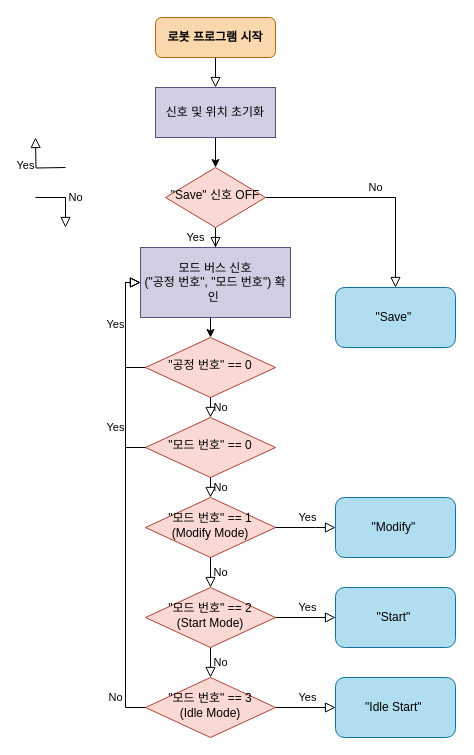
The draw.io diagram page "Page-1" (1 of 2) of 제목 없는 다이어그램.drawio in LeeJuMyeong/Documents, before the edit. Source tidied: cells renumbered, new cells numbered last; positions are measured from the earlier drawing's top-left corner, leaving out a move shared by most shapes. Both pictures are drawn from the tidied source at 100%, with x=0, y=0 at pixel (35, 17).
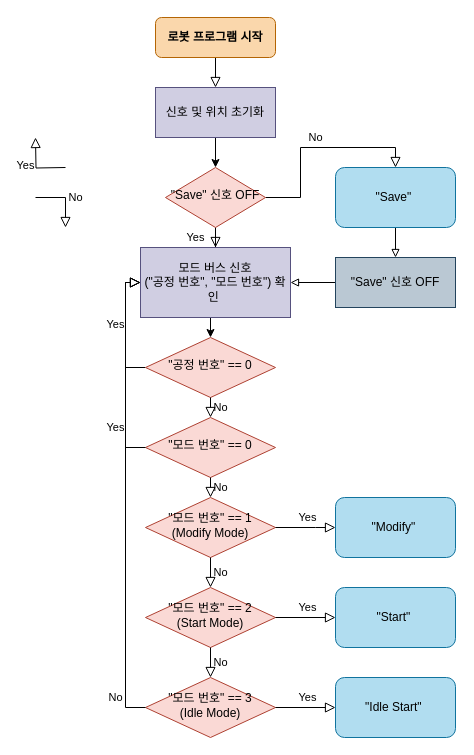
The same page after the edit.

Commit message:
제목 없는 다이어그램.drawio 업데이트 2

Unchanged cells that the change refers to:
```xml
<mxCell id="13" value="모드 버스 신호 &lt;br&gt;(&quot;공정 번호&quot;, &quot;모드 번호&quot;) 확인&amp;nbsp;" style="rounded=0;whiteSpace=wrap;html=1;fillColor=#d0cee2;strokeColor=#56517e;" parent="1" vertex="1">
  <mxGeometry x="105" y="230" width="150" height="70" as="geometry" />
</mxCell>
```

Diff of the diagram source:
```diff
@@
+    <mxCell id="32" style="edgeStyle=orthogonalEdgeStyle;rounded=0;jettySize=auto;html=1;endArrow=block;endFill=0;entryX=0.5;entryY=0;entryDx=0;entryDy=0;" parent="1" edge="1" source="11" target="34">
+      <mxGeometry relative="1" as="geometry" />
+    </mxCell>
     <mxCell id="11" value="&quot;Save&quot;&amp;nbsp;" style="rounded=1;whiteSpace=wrap;html=1;fillColor=#b1ddf0;strokeColor=#10739e;" parent="1" vertex="1">
-      <mxGeometry x="300" y="270" width="120" height="60" as="geometry" />
+      <mxGeometry x="300" y="150" width="120" height="60" as="geometry" />
     </mxCell>
@@
+    <mxCell id="33" style="edgeStyle=orthogonalEdgeStyle;rounded=0;jettySize=auto;html=1;entryX=1;entryY=0.5;entryDx=0;entryDy=0;endArrow=block;endFill=0;" parent="1" edge="1" source="34" target="13">
+      <mxGeometry relative="1" as="geometry" />
+    </mxCell>
+    <mxCell id="34" value="&quot;Save&quot; 신호 OFF" style="rounded=0;whiteSpace=wrap;html=1;fillColor=#bac8d3;strokeColor=#23445d;" parent="1" vertex="1">
+      <mxGeometry x="300" y="240" width="120" height="50" as="geometry" />
+    </mxCell>
```
